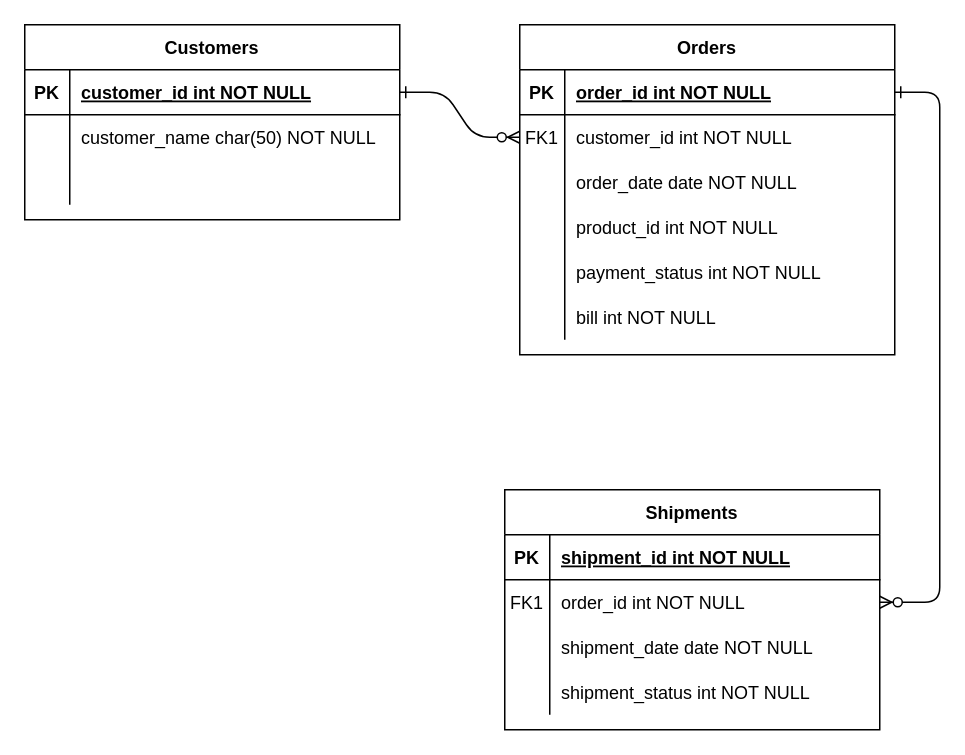
Elyesc4/hardwarehub keeps this draw.io diagram as Unbenanntes Diagramm.drawio. Above is the earlier version. Source tidied: cells renumbered, new cells numbered last; positions are measured from the earlier drawing's top-left corner, leaving out a move shared by most shapes. Both pictures are drawn from the tidied source at 150%, with x=0, y=0 at pixel (24, 24).
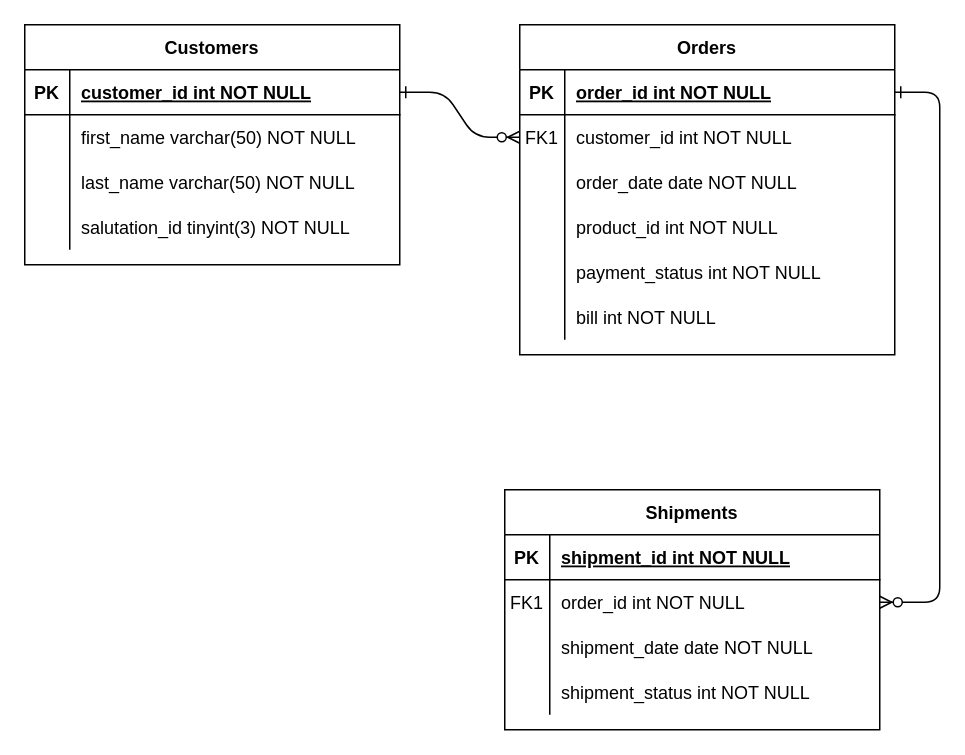
Above is the later version.

Unchanged cells that the change refers to:
```xml
<mxCell id="40" style="shape=partialRectangle;fillColor=none;top=0;left=0;right=0;bottom=0;" parent="36" vertex="1">
  <mxGeometry y="60" width="250" height="30" as="geometry" />
</mxCell>
<mxCell id="43" style="shape=partialRectangle;fillColor=none;top=0;left=0;right=0;bottom=0;" parent="36" vertex="1">
  <mxGeometry y="90" width="250" height="30" as="geometry" />
</mxCell>
```

Change to the diagram source:
```diff
@@
     <mxCell id="36" value="Customers" style="shape=table;startSize=30;childLayout=tableLayout;rowLines=0;fontStyle=1;align=center;" parent="1" vertex="1">
-      <mxGeometry width="250" height="130" as="geometry" />
+      <mxGeometry width="250" height="160" as="geometry" />
     </mxCell>
@@
-    <mxCell id="42" value="customer_name char(50) NOT NULL" style="shape=partialRectangle;overflow=hidden;fillColor=none;top=0;left=0;bottom=0;right=0;align=left;spacingLeft=6;" parent="40" vertex="1">
+    <mxCell id="42" value="first_name varchar(50) NOT NULL" style="shape=partialRectangle;overflow=hidden;fillColor=none;top=0;left=0;bottom=0;right=0;align=left;spacingLeft=6;" parent="40" vertex="1">
       <mxGeometry x="30" width="220" height="30" as="geometry" />
     </mxCell>
@@
-    <mxCell id="45" style="shape=partialRectangle;overflow=hidden;fillColor=none;top=0;left=0;bottom=0;right=0;align=left;spacingLeft=6;" parent="43" vertex="1">
+    <mxCell id="45" value="last_name varchar(50) NOT NULL" style="shape=partialRectangle;overflow=hidden;fillColor=none;top=0;left=0;bottom=0;right=0;align=left;spacingLeft=6;" parent="43" vertex="1">
       <mxGeometry x="30" width="220" height="30" as="geometry" />
     </mxCell>
+    <mxCell id="46" style="shape=partialRectangle;fillColor=none;top=0;left=0;right=0;bottom=0;" parent="36" vertex="1">
+      <mxGeometry y="120" width="250" height="30" as="geometry" />
+    </mxCell>
+    <mxCell id="47" style="shape=partialRectangle;overflow=hidden;fillColor=none;top=0;left=0;bottom=0;right=0;" parent="46" vertex="1">
+      <mxGeometry width="30" height="30" as="geometry" />
+    </mxCell>
+    <mxCell id="48" value="salutation_id tinyint(3) NOT NULL" style="shape=partialRectangle;overflow=hidden;fillColor=none;top=0;left=0;bottom=0;right=0;align=left;spacingLeft=6;" parent="46" vertex="1">
+      <mxGeometry x="30" width="220" height="30" as="geometry" />
+    </mxCell>
```
